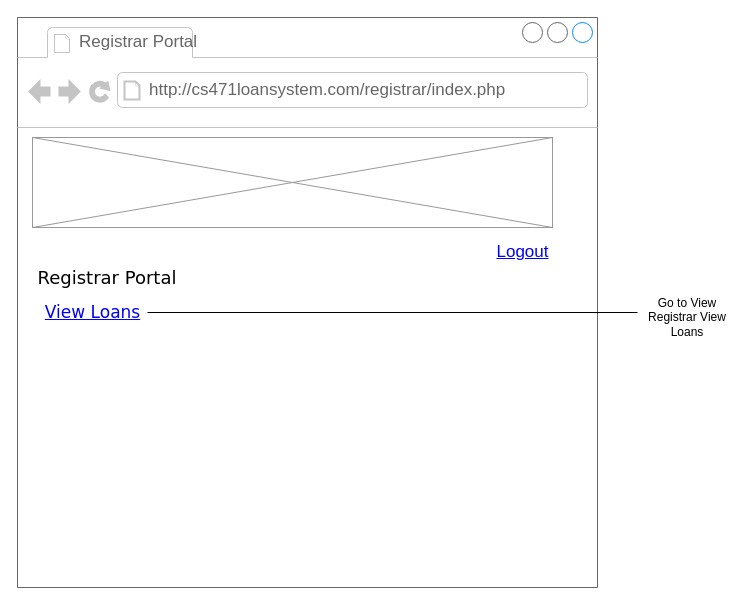
frap129/cs471-project keeps this draw.io diagram as page "Registrar Portal" (3 of 9) of Documentation/Frontend Wireframes.drawio. Above is the earlier version. Source tidied: cells renumbered, new cells numbered last; positions are measured from the earlier drawing's top-left corner, leaving out a move shared by most shapes. Both pictures are drawn from the tidied source at 100%, with x=0, y=0 at pixel (17, 17).
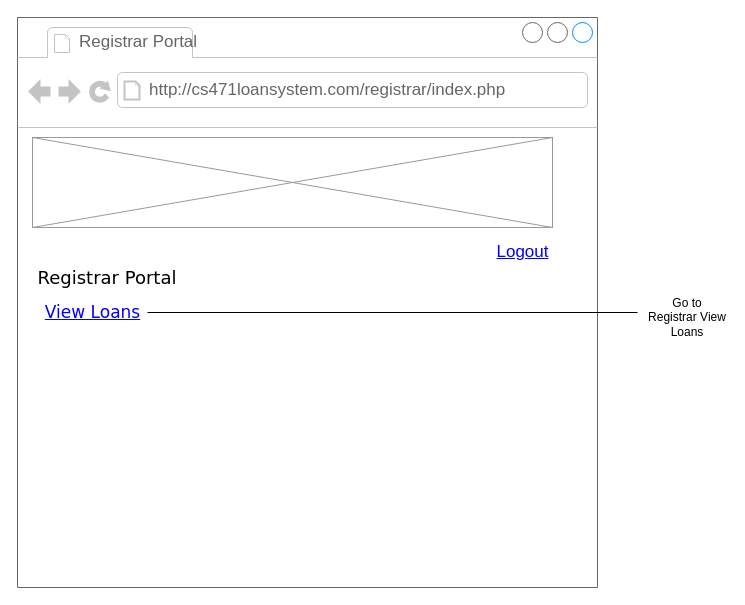
The same diagram, later.

Commit message:
Got most of the wireframes done.

What changed in the source:
```diff
@@
 <mxGraphModel>
   <root>
     <mxCell id="0" />
     <mxCell id="1" parent="0" />
     <mxCell id="2" style="strokeWidth=1;shadow=0;dashed=0;align=center;html=1;shape=mxgraph.mockup.containers.browserWindow;rSize=0;strokeColor=#666666;strokeColor2=#008cff;strokeColor3=#c4c4c4;mainText=,;" parent="1" vertex="1">
       <mxGeometry width="580" height="570" as="geometry" />
     </mxCell>
     <mxCell id="3" value="Registrar Portal" style="strokeWidth=1;shadow=0;dashed=0;align=center;html=1;shape=mxgraph.mockup.containers.anchor;fontSize=17;fontColor=#666666;align=left;" parent="2" vertex="1">
       <mxGeometry x="60" y="12" width="110" height="26" as="geometry" />
     </mxCell>
     <mxCell id="4" value="http://cs471loansystem.com/registrar/index.php" style="strokeWidth=1;shadow=0;dashed=0;align=center;html=1;shape=mxgraph.mockup.containers.anchor;rSize=0;fontSize=17;fontColor=#666666;align=left;" parent="2" vertex="1">
       <mxGeometry x="130" y="60" width="250" height="26" as="geometry" />
     </mxCell>
     <mxCell id="5" style="verticalLabelPosition=bottom;shadow=0;dashed=0;align=center;html=1;verticalAlign=top;strokeWidth=1;shape=mxgraph.mockup.graphics.simpleIcon;strokeColor=#999999;" parent="2" vertex="1">
       <mxGeometry x="15" y="120" width="520" height="90" as="geometry" />
     </mxCell>
     <mxCell id="6" value="Logout" style="shape=rectangle;strokeColor=none;fillColor=none;linkText=;fontSize=17;fontColor=#0000ff;fontStyle=4;html=1;align=center;" parent="2" vertex="1">
       <mxGeometry x="430" y="220" width="150" height="30" as="geometry" />
     </mxCell>
     <mxCell id="7" value="Registrar Portal" style="text;html=1;strokeColor=none;fillColor=none;align=center;verticalAlign=middle;whiteSpace=wrap;rounded=0;fontFamily=Verdana;fontSize=18;" parent="2" vertex="1">
       <mxGeometry y="250" width="180" height="20" as="geometry" />
     </mxCell>
     <mxCell id="8" value="View Loans" style="shape=rectangle;strokeColor=none;fillColor=none;linkText=;fontSize=17;fontColor=#0000ff;fontStyle=4;html=1;align=center;fontFamily=Verdana;" parent="2" vertex="1">
       <mxGeometry y="280" width="150" height="30" as="geometry" />
     </mxCell>
     <mxCell id="9" style="endArrow=none;html=1;" parent="2" edge="1">
       <mxGeometry relative="1" as="geometry">
         <mxPoint x="130" y="295" as="sourcePoint" />
         <mxPoint x="620" y="295" as="targetPoint" />
       </mxGeometry>
     </mxCell>
-    <mxCell id="10" value="Go to View Registrar View Loans" style="text;html=1;strokeColor=none;fillColor=none;align=center;verticalAlign=middle;whiteSpace=wrap;rounded=0;" parent="1" vertex="1">
+    <mxCell id="10" value="Go to Registrar View Loans" style="text;html=1;strokeColor=none;fillColor=none;align=center;verticalAlign=middle;whiteSpace=wrap;rounded=0;" parent="1" vertex="1">
       <mxGeometry x="630" y="290" width="80" height="20" as="geometry" />
     </mxCell>
   </root>
 </mxGraphModel>
```
